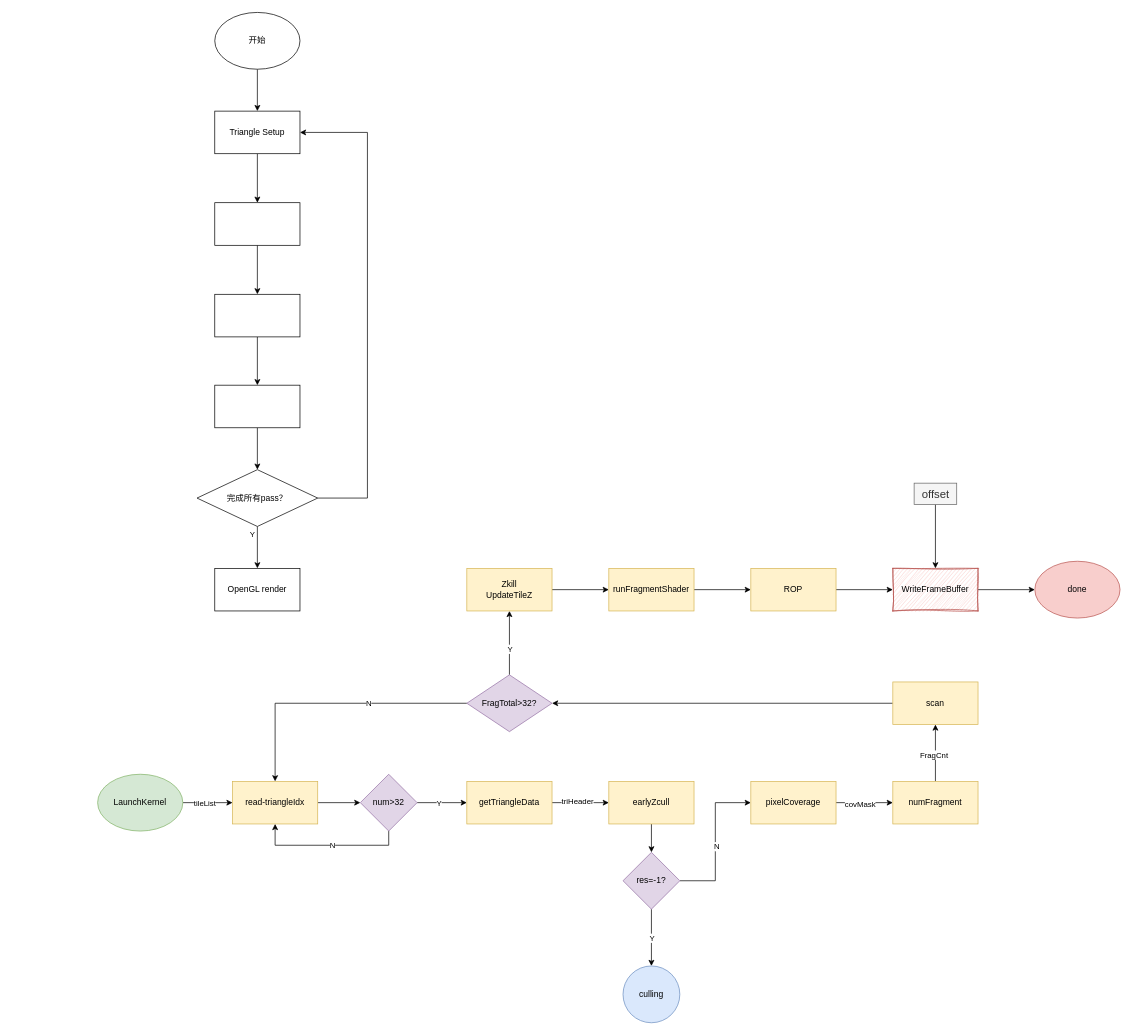
Earlier version of the draw.io diagram fine_raster.drawio (spaceboy202105/img). Source tidied: cells renumbered, new cells numbered last; positions are measured from the earlier drawing's top-left corner, leaving out a move shared by most shapes. Both pictures are drawn from the tidied source at 71%, with x=0, y=0 at pixel (97, 12).
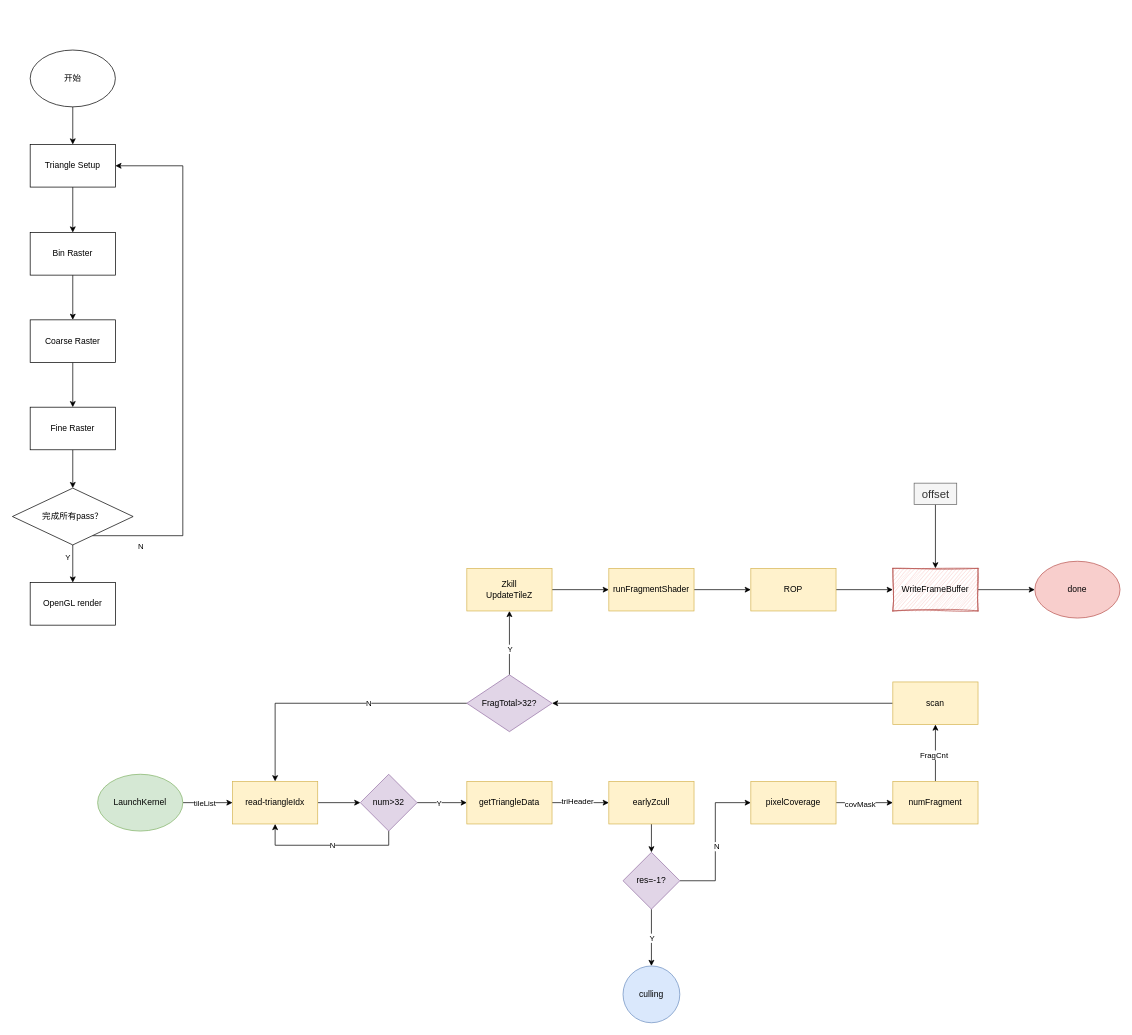
Above is the later version.

Unchanged cells that the change refers to:
```xml
<mxCell id="57" style="edgeStyle=orthogonalEdgeStyle;rounded=0;jettySize=auto;html=1;" parent="1" edge="1" source="60" target="61">
  <mxGeometry relative="1" as="geometry" />
</mxCell>
```

The edit, as a diff of the source:
```diff
@@
     <mxCell id="48" value="开始" style="ellipse;whiteSpace=wrap;html=1;" parent="1" vertex="1">
-      <mxGeometry x="165" width="120" height="80" as="geometry" />
+      <mxGeometry x="-95" y="53" width="120" height="80" as="geometry" />
     </mxCell>
@@
     <mxCell id="50" value="Triangle Setup" style="whiteSpace=wrap;html=1;" parent="1" vertex="1">
-      <mxGeometry x="165" y="139" width="120" height="60" as="geometry" />
+      <mxGeometry x="-95" y="186" width="120" height="60" as="geometry" />
     </mxCell>
@@
-    <mxCell id="52" style="whiteSpace=wrap;html=1;" parent="1" vertex="1">
-      <mxGeometry x="165" y="268" width="120" height="60" as="geometry" />
+    <mxCell id="52" value="Bin Raster" style="whiteSpace=wrap;html=1;" parent="1" vertex="1">
+      <mxGeometry x="-95" y="310" width="120" height="60" as="geometry" />
     </mxCell>
@@
-    <mxCell id="54" style="whiteSpace=wrap;html=1;" parent="1" vertex="1">
-      <mxGeometry x="165" y="397" width="120" height="60" as="geometry" />
+    <mxCell id="54" value="Coarse Raster" style="whiteSpace=wrap;html=1;" parent="1" vertex="1">
+      <mxGeometry x="-95" y="433" width="120" height="60" as="geometry" />
     </mxCell>
@@
-    <mxCell id="56" style="whiteSpace=wrap;html=1;" parent="1" vertex="1">
-      <mxGeometry x="165" y="525" width="120" height="60" as="geometry" />
+    <mxCell id="56" value="Fine Raster" style="whiteSpace=wrap;html=1;" parent="1" vertex="1">
+      <mxGeometry x="-95" y="556" width="120" height="60" as="geometry" />
     </mxCell>
@@
-    <mxCell id="58" value="Y" style="edgeLabel;html=1;align=center;verticalAlign=middle;" parent="57" vertex="1">
+    <mxCell id="58" value="Y" style="edgeLabel;html=1;align=center;verticalAlign=middle;labelBackgroundColor=none;" parent="57" vertex="1">
       <mxGeometry x="-0.06" y="2" relative="1" as="geometry">
-        <mxPoint x="-10" y="-18" as="offset" />
+        <mxPoint x="-10" y="-8" as="offset" />
       </mxGeometry>
     </mxCell>
     <mxCell id="59" style="edgeStyle=orthogonalEdgeStyle;rounded=0;jettySize=auto;html=1;entryX=1;entryY=0.5;entryDx=0;entryDy=0;" parent="1" edge="1" source="60" target="50">
       <mxGeometry relative="1" as="geometry">
         <Array as="points">
-          <mxPoint x="380" y="684" />
-          <mxPoint x="380" y="169" />
+          <mxPoint x="120" y="737" />
+          <mxPoint x="120" y="216" />
         </Array>
       </mxGeometry>
     </mxCell>
+    <mxCell id="62" value="N" style="edgeLabel;html=1;align=center;verticalAlign=middle;labelBackgroundColor=none;" parent="59" vertex="1">
+      <mxGeometry x="-0.61" y="2" relative="1" as="geometry">
+        <mxPoint x="-58" y="32" as="offset" />
+      </mxGeometry>
+    </mxCell>
     <mxCell id="60" value="完成所有pass？" style="rhombus;whiteSpace=wrap;html=1;" parent="1" vertex="1">
-      <mxGeometry x="140" y="644" width="170" height="80" as="geometry" />
+      <mxGeometry x="-120" y="670" width="170" height="80" as="geometry" />
     </mxCell>
     <mxCell id="61" value="OpenGL render" style="whiteSpace=wrap;html=1;" parent="1" vertex="1">
-      <mxGeometry x="165" y="783" width="120" height="60" as="geometry" />
+      <mxGeometry x="-95" y="803" width="120" height="60" as="geometry" />
     </mxCell>
```
